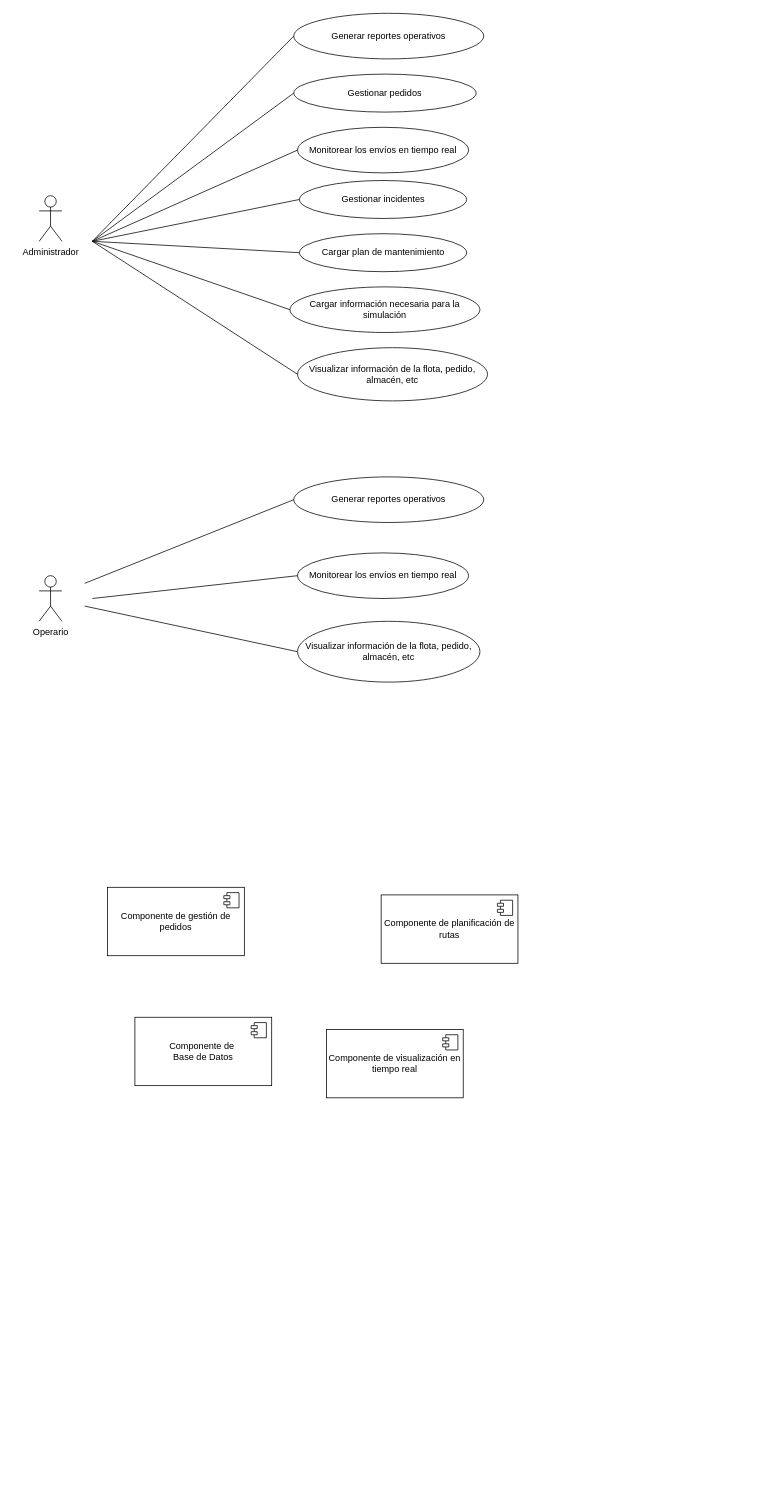
Above: Diagrama sin título.drawio in MatiaswthH/Diagramas_drawio (draw.io), before the change. Source tidied: cells renumbered, new cells numbered last; positions are measured from the earlier drawing's top-left corner, leaving out a move shared by most shapes. Both pictures are drawn from the tidied source at 76%, with x=0, y=0 at pixel (39, 13).
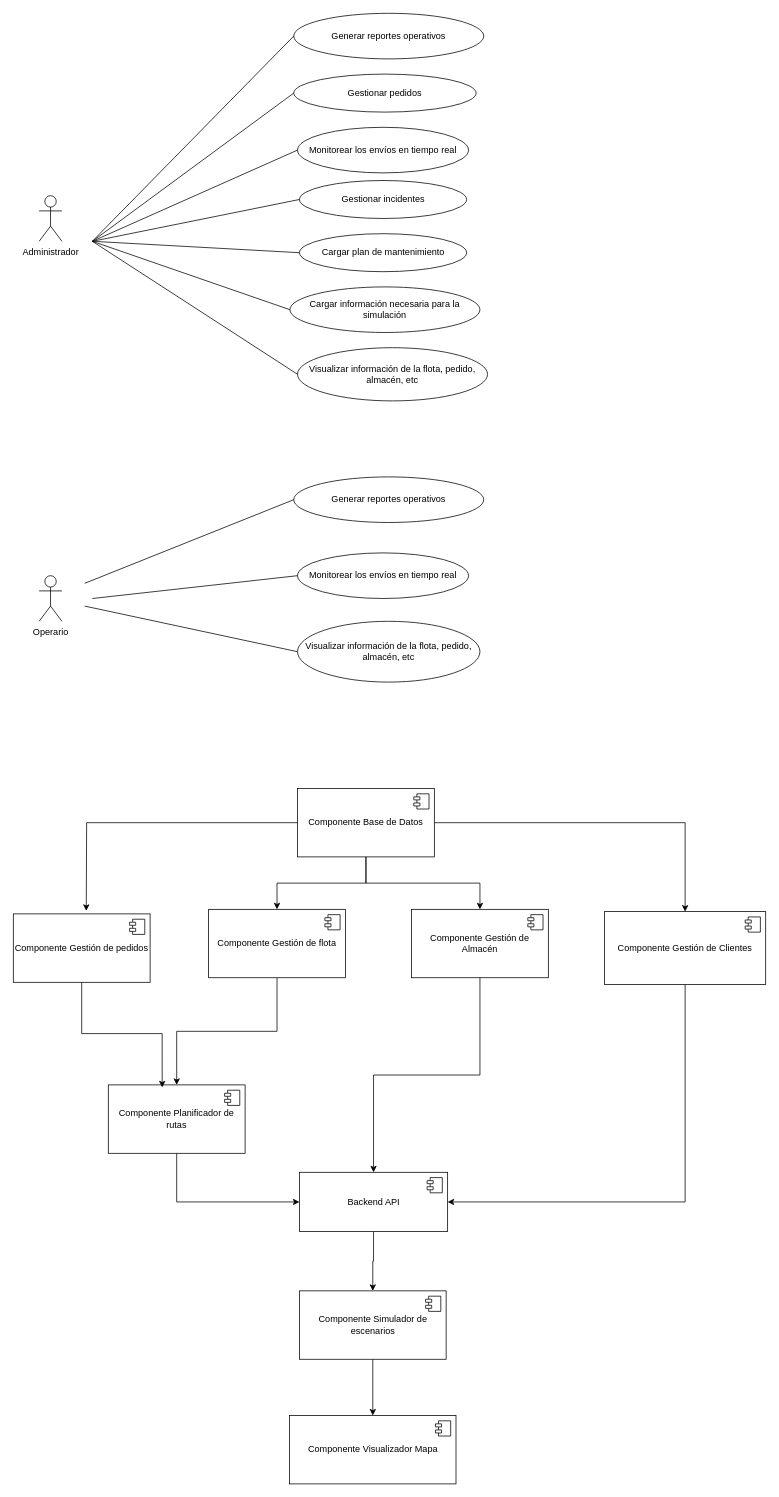
The same page after the edit.

Change to the diagram source:
```diff
@@
-    <mxCell id="24" value="Componente de gestión de pedidos" style="html=1;whiteSpace=wrap;" parent="1" vertex="1">
-      <mxGeometry x="90" y="1150" width="180" height="90" as="geometry" />
+    <mxCell id="24" value="Componente Gestión de pedidos" style="html=1;whiteSpace=wrap;" parent="1" vertex="1">
+      <mxGeometry x="-34" y="1185" width="180" height="90" as="geometry" />
     </mxCell>
@@
+    <mxCell id="32" style="edgeStyle=orthogonalEdgeStyle;rounded=0;jettySize=auto;html=1;entryX=0;entryY=0.5;entryDx=0;entryDy=0;exitX=0.5;exitY=1;exitDx=0;exitDy=0;" parent="1" edge="1" source="26" target="49">
+      <mxGeometry relative="1" as="geometry" />
+    </mxCell>
-    <mxCell id="26" value="Componente de planificación de rutas" style="html=1;whiteSpace=wrap;" parent="1" vertex="1">
-      <mxGeometry x="450" y="1160" width="180" height="90" as="geometry" />
+    <mxCell id="26" value="Componente Planificador de rutas" style="html=1;whiteSpace=wrap;" parent="1" vertex="1">
+      <mxGeometry x="91" y="1410" width="180" height="90" as="geometry" />
     </mxCell>
@@
-    <mxCell id="28" value="&lt;span&gt;Componente de visualización en tiempo real&lt;/span&gt;" style="html=1;whiteSpace=wrap;fontStyle=0;" parent="1" vertex="1">
-      <mxGeometry x="378" y="1337" width="180" height="90" as="geometry" />
+    <mxCell id="28" value="&lt;span&gt;Componente Visualizador Mapa&lt;/span&gt;" style="html=1;whiteSpace=wrap;fontStyle=0;" parent="1" vertex="1">
+      <mxGeometry x="329.5" y="1845" width="219" height="90" as="geometry" />
     </mxCell>
@@
+    <mxCell id="33" style="edgeStyle=orthogonalEdgeStyle;rounded=0;jettySize=auto;html=1;" parent="1" edge="1" source="30" target="44">
+      <mxGeometry relative="1" as="geometry" />
+    </mxCell>
+    <mxCell id="34" style="edgeStyle=orthogonalEdgeStyle;rounded=0;jettySize=auto;html=1;" parent="1" edge="1" source="30" target="41">
+      <mxGeometry relative="1" as="geometry" />
+    </mxCell>
-    <mxCell id="30" value="&lt;span&gt;Componente de&amp;nbsp;&lt;/span&gt;&lt;div&gt;&lt;span&gt;Base de Datos&lt;/span&gt;&lt;/div&gt;" style="html=1;whiteSpace=wrap;fontStyle=0;" parent="1" vertex="1">
-      <mxGeometry x="126" y="1321" width="180" height="90" as="geometry" />
+    <mxCell id="30" value="&lt;span&gt;Componente&amp;nbsp;&lt;/span&gt;&lt;span style=&quot;background-color: transparent; color: light-dark(rgb(0, 0, 0), rgb(255, 255, 255));&quot;&gt;Base de Datos&lt;/span&gt;" style="html=1;whiteSpace=wrap;fontStyle=0;" parent="1" vertex="1">
+      <mxGeometry x="340" y="1020" width="180" height="90" as="geometry" />
     </mxCell>
@@
+    <mxCell id="35" style="edgeStyle=orthogonalEdgeStyle;rounded=0;jettySize=auto;html=1;entryX=0.5;entryY=0;entryDx=0;entryDy=0;" parent="1" edge="1" source="36" target="26">
+      <mxGeometry relative="1" as="geometry" />
+    </mxCell>
+    <mxCell id="36" value="Componente Gestión de flota" style="html=1;whiteSpace=wrap;" parent="1" vertex="1">
+      <mxGeometry x="223" y="1179" width="180" height="90" as="geometry" />
+    </mxCell>
+    <mxCell id="37" style="shape=module;jettyWidth=8;jettyHeight=4;" parent="36" vertex="1">
+      <mxGeometry x="1" width="20" height="20" relative="1" as="geometry">
+        <mxPoint x="-27" y="7" as="offset" />
+      </mxGeometry>
+    </mxCell>
+    <mxCell id="38" style="edgeStyle=orthogonalEdgeStyle;rounded=0;jettySize=auto;html=1;entryX=0.5;entryY=0;entryDx=0;entryDy=0;" parent="1" edge="1" source="39" target="28">
+      <mxGeometry relative="1" as="geometry" />
+    </mxCell>
+    <mxCell id="39" value="&lt;span&gt;Componente Simulador de escenarios&lt;/span&gt;" style="html=1;whiteSpace=wrap;fontStyle=0;" parent="1" vertex="1">
+      <mxGeometry x="342.5" y="1681" width="193" height="90" as="geometry" />
+    </mxCell>
+    <mxCell id="40" style="shape=module;jettyWidth=8;jettyHeight=4;" parent="39" vertex="1">
+      <mxGeometry x="1" width="20" height="20" relative="1" as="geometry">
+        <mxPoint x="-27" y="7" as="offset" />
+      </mxGeometry>
+    </mxCell>
+    <mxCell id="41" value="Componente Gestión de Almacén" style="html=1;whiteSpace=wrap;" parent="1" vertex="1">
+      <mxGeometry x="490" y="1179" width="180" height="90" as="geometry" />
+    </mxCell>
+    <mxCell id="42" style="shape=module;jettyWidth=8;jettyHeight=4;" parent="41" vertex="1">
+      <mxGeometry x="1" width="20" height="20" relative="1" as="geometry">
+        <mxPoint x="-27" y="7" as="offset" />
+      </mxGeometry>
+    </mxCell>
+    <mxCell id="43" style="edgeStyle=orthogonalEdgeStyle;rounded=0;jettySize=auto;html=1;entryX=1;entryY=0.5;entryDx=0;entryDy=0;exitX=0.5;exitY=1;exitDx=0;exitDy=0;" parent="1" edge="1" source="44" target="49">
+      <mxGeometry relative="1" as="geometry" />
+    </mxCell>
+    <mxCell id="44" value="Componente Gestión de Clientes" style="html=1;whiteSpace=wrap;" parent="1" vertex="1">
+      <mxGeometry x="744" y="1182" width="212" height="96" as="geometry" />
+    </mxCell>
+    <mxCell id="45" style="shape=module;jettyWidth=8;jettyHeight=4;" parent="44" vertex="1">
+      <mxGeometry x="1" width="20" height="20" relative="1" as="geometry">
+        <mxPoint x="-27" y="7" as="offset" />
+      </mxGeometry>
+    </mxCell>
+    <mxCell id="46" style="edgeStyle=orthogonalEdgeStyle;rounded=0;jettySize=auto;html=1;entryX=0.5;entryY=0;entryDx=0;entryDy=0;" parent="1" edge="1" source="30" target="36">
+      <mxGeometry relative="1" as="geometry" />
+    </mxCell>
+    <mxCell id="47" style="edgeStyle=orthogonalEdgeStyle;rounded=0;jettySize=auto;html=1;" parent="1" edge="1" source="30">
+      <mxGeometry relative="1" as="geometry">
+        <mxPoint x="62" y="1181" as="targetPoint" />
+      </mxGeometry>
+    </mxCell>
+    <mxCell id="48" style="edgeStyle=orthogonalEdgeStyle;rounded=0;jettySize=auto;html=1;entryX=0.5;entryY=0;entryDx=0;entryDy=0;" parent="1" edge="1" source="49" target="39">
+      <mxGeometry relative="1" as="geometry" />
+    </mxCell>
+    <mxCell id="49" value="Backend API" style="html=1;whiteSpace=wrap;" parent="1" vertex="1">
+      <mxGeometry x="342.5" y="1525" width="195" height="78" as="geometry" />
+    </mxCell>
+    <mxCell id="50" style="shape=module;jettyWidth=8;jettyHeight=4;" parent="49" vertex="1">
+      <mxGeometry x="1" width="20" height="20" relative="1" as="geometry">
+        <mxPoint x="-27" y="7" as="offset" />
+      </mxGeometry>
+    </mxCell>
+    <mxCell id="51" style="edgeStyle=orthogonalEdgeStyle;rounded=0;jettySize=auto;html=1;entryX=0.5;entryY=0;entryDx=0;entryDy=0;" parent="1" edge="1" source="41" target="49">
+      <mxGeometry relative="1" as="geometry" />
+    </mxCell>
+    <mxCell id="52" style="edgeStyle=orthogonalEdgeStyle;rounded=0;jettySize=auto;html=1;entryX=0.394;entryY=0.037;entryDx=0;entryDy=0;entryPerimeter=0;" parent="1" edge="1" source="24" target="26">
+      <mxGeometry relative="1" as="geometry" />
+    </mxCell>
```
